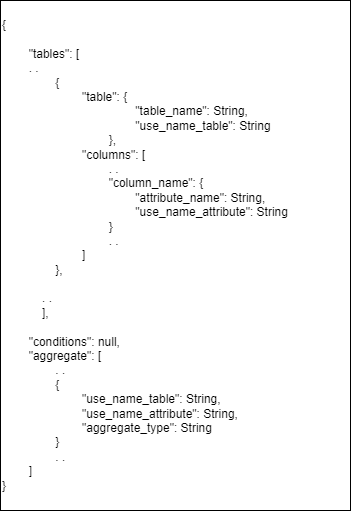
Rift343/COSMOS keeps this draw.io diagram as documentation/SemanticParserFile.drawio.png. Above is the earlier version. Source tidied: cells renumbered, new cells last; positions are measured from the earlier drawing's top-left corner, leaving out a move shared by most shapes.
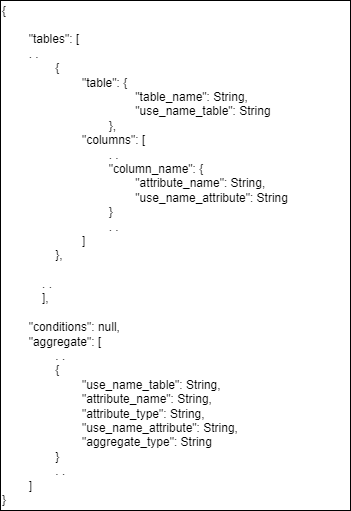
Above is the later version.

The edit, as a diff of the source:
```diff
@@ -2,7 +2,7 @@
   <root>
     <mxCell id="0" />
     <mxCell id="1" parent="0" />
-    <mxCell id="2" value="&lt;div&gt;{&lt;/div&gt;&lt;div&gt;&lt;br&gt;&lt;/div&gt;&lt;div&gt;&lt;span style=&quot;white-space: pre;&quot;&gt;&#9;&lt;/span&gt;&quot;tables&quot;: [&lt;/div&gt;&lt;div&gt;&lt;span style=&quot;white-space: pre;&quot;&gt;&#9;&lt;/span&gt;. .&lt;span style=&quot;&quot;&gt;&lt;/span&gt;&lt;/div&gt;&lt;div&gt;&lt;span style=&quot;&quot;&gt;&lt;span style=&quot;&quot;&gt;&lt;span style=&quot;&quot;&gt;&amp;nbsp;&amp;nbsp;&amp;nbsp;&amp;nbsp;&lt;/span&gt;&lt;span style=&quot;&quot;&gt;&amp;nbsp;&amp;nbsp;&amp;nbsp;&amp;nbsp;&lt;span style=&quot;white-space: pre;&quot;&gt;&#9;&lt;/span&gt;&lt;/span&gt;&lt;/span&gt;{&lt;/span&gt;&lt;/div&gt;&lt;span style=&quot;white-space: pre;&quot;&gt;&#9;&lt;span style=&quot;white-space: pre;&quot;&gt;&#9;&lt;/span&gt;&lt;span style=&quot;white-space: pre;&quot;&gt;&#9;&lt;/span&gt;&lt;/span&gt;&quot;table&quot;:&amp;nbsp;{&lt;div style=&quot;border-color: var(--border-color);&quot;&gt;&lt;span style=&quot;border-color: var(--border-color);&quot;&gt;&lt;span style=&quot;white-space: pre;&quot;&gt;&#9;&lt;span style=&quot;white-space: pre;&quot;&gt;&#9;&lt;/span&gt;&lt;span style=&quot;white-space: pre;&quot;&gt;&#9;&lt;/span&gt;&lt;/span&gt;&lt;span style=&quot;white-space: pre;&quot;&gt;&#9;&lt;/span&gt;&lt;span style=&quot;white-space: pre;&quot;&gt;&#9;&lt;/span&gt;&quot;table_name&quot;: String,&lt;/span&gt;&lt;/div&gt;&lt;div style=&quot;border-color: var(--border-color);&quot;&gt;&lt;span style=&quot;border-color: var(--border-color);&quot;&gt;&lt;span style=&quot;white-space: pre;&quot;&gt;&#9;&lt;span style=&quot;white-space: pre;&quot;&gt;&#9;&lt;/span&gt;&lt;span style=&quot;white-space: pre;&quot;&gt;&#9;&lt;/span&gt;&lt;/span&gt;&lt;span style=&quot;white-space: pre;&quot;&gt;&#9;&lt;span style=&quot;white-space: pre;&quot;&gt;&#9;&lt;/span&gt;&lt;/span&gt;&quot;use_name_table&quot;: String&lt;/span&gt;&lt;/div&gt;&lt;div style=&quot;border-color: var(--border-color);&quot;&gt;&lt;span style=&quot;border-color: var(--border-color);&quot;&gt;&lt;span style=&quot;white-space: pre;&quot;&gt;&#9;&lt;span style=&quot;white-space: pre;&quot;&gt;&#9;&lt;/span&gt;&lt;span style=&quot;white-space: pre;&quot;&gt;&#9;&lt;/span&gt;&lt;/span&gt;&lt;span style=&quot;white-space: pre;&quot;&gt;&#9;&lt;/span&gt;},&lt;/span&gt;&lt;/div&gt;&lt;div&gt;&lt;span style=&quot;&quot;&gt;&lt;span style=&quot;white-space: pre;&quot;&gt;&#9;&lt;span style=&quot;white-space: pre;&quot;&gt;&#9;&lt;/span&gt;&lt;span style=&quot;white-space: pre;&quot;&gt;&#9;&lt;/span&gt;&lt;/span&gt;&quot;columns&quot;: [&lt;/span&gt;&lt;/div&gt;&lt;div&gt;&lt;span style=&quot;&quot;&gt;&lt;span style=&quot;white-space: pre;&quot;&gt;&#9;&lt;span style=&quot;white-space: pre;&quot;&gt;&#9;&lt;/span&gt;&lt;span style=&quot;white-space: pre;&quot;&gt;&#9;&lt;/span&gt;&lt;/span&gt;&lt;span style=&quot;white-space: pre;&quot;&gt;&#9;&lt;/span&gt;. .&lt;/span&gt;&lt;/div&gt;&lt;div&gt;&lt;span style=&quot;&quot;&gt;&lt;span style=&quot;white-space: pre;&quot;&gt;&#9;&lt;span style=&quot;white-space: pre;&quot;&gt;&#9;&lt;/span&gt;&lt;/span&gt;&lt;span style=&quot;white-space: pre;&quot;&gt;&#9;&lt;span style=&quot;white-space: pre;&quot;&gt;&#9;&lt;/span&gt;&lt;/span&gt;&quot;column_name&quot;: {&lt;/span&gt;&lt;/div&gt;&lt;div&gt;&lt;span style=&quot;&quot;&gt;&lt;span style=&quot;&quot;&gt;&lt;span style=&quot;white-space: pre;&quot;&gt;&#9;&lt;span style=&quot;white-space: pre;&quot;&gt;&#9;&lt;/span&gt;&lt;/span&gt;&lt;span style=&quot;white-space: pre;&quot;&gt;&#9;&lt;span style=&quot;white-space: pre;&quot;&gt;&#9;&lt;/span&gt;&lt;/span&gt;&lt;span style=&quot;white-space: pre;&quot;&gt;&#9;&lt;/span&gt;&quot;attribute_name&quot;: String,&lt;/span&gt;&lt;br&gt;&lt;/span&gt;&lt;/div&gt;&lt;div&gt;&lt;span style=&quot;&quot;&gt;&lt;span style=&quot;white-space: pre;&quot;&gt;&#9;&lt;span style=&quot;white-space: pre;&quot;&gt;&#9;&lt;/span&gt;&lt;/span&gt;&lt;span style=&quot;white-space: pre;&quot;&gt;&#9;&lt;span style=&quot;white-space: pre;&quot;&gt;&#9;&lt;/span&gt;&lt;/span&gt;&lt;span style=&quot;white-space: pre;&quot;&gt;&#9;&lt;/span&gt;&quot;use_name_attribute&quot;: String&lt;br&gt;&lt;/span&gt;&lt;/div&gt;&lt;div&gt;&lt;span style=&quot;white-space: pre;&quot;&gt;&#9;&lt;span style=&quot;white-space: pre;&quot;&gt;&#9;&lt;/span&gt;&lt;/span&gt;&lt;span style=&quot;white-space: pre;&quot;&gt;&#9;&lt;span style=&quot;white-space: pre;&quot;&gt;&#9;&lt;/span&gt;&lt;/span&gt;}&lt;/div&gt;&lt;div&gt;&lt;span style=&quot;&quot;&gt;&lt;span style=&quot;white-space: pre;&quot;&gt;&#9;&lt;span style=&quot;white-space: pre;&quot;&gt;&#9;&lt;span style=&quot;white-space: pre;&quot;&gt;&#9;&lt;/span&gt;&lt;/span&gt;&lt;/span&gt;&lt;span style=&quot;white-space: pre;&quot;&gt;&#9;&lt;/span&gt;. .&lt;br&gt;&lt;/span&gt;&lt;/div&gt;&lt;div&gt;&lt;span style=&quot;&quot;&gt;&lt;span style=&quot;white-space: pre;&quot;&gt;&#9;&lt;span style=&quot;white-space: pre;&quot;&gt;&#9;&lt;/span&gt;&lt;span style=&quot;white-space: pre;&quot;&gt;&#9;&lt;/span&gt;&lt;/span&gt;]&lt;br&gt;&lt;/span&gt;&lt;/div&gt;&lt;div&gt;&lt;span style=&quot;&quot;&gt;&lt;span style=&quot;&quot;&gt;&lt;span style=&quot;&quot;&gt;&lt;span style=&quot;white-space: pre;&quot;&gt;&#9;&lt;/span&gt;&amp;nbsp;&amp;nbsp;&amp;nbsp;&amp;nbsp;&lt;/span&gt;&lt;span style=&quot;&quot;&gt;&amp;nbsp;&amp;nbsp;&amp;nbsp;&amp;nbsp;&lt;/span&gt;&lt;/span&gt;},&lt;/span&gt;&lt;/div&gt;&lt;div&gt;&lt;br&gt;&lt;/div&gt;&lt;div&gt;&lt;span style=&quot;&quot;&gt;&lt;span style=&quot;&quot;&gt;&lt;span style=&quot;&quot;&gt;&lt;span style=&quot;white-space: pre;&quot;&gt;&#9;&lt;/span&gt;&amp;nbsp;&amp;nbsp;&amp;nbsp;&amp;nbsp;&lt;/span&gt;&lt;/span&gt;. .&lt;/span&gt;&lt;/div&gt;&lt;div&gt;&lt;span style=&quot;&quot;&gt;&lt;span style=&quot;&quot;&gt;&lt;span style=&quot;&quot;&gt;&lt;span style=&quot;white-space: pre;&quot;&gt;&#9;&lt;/span&gt;&amp;nbsp;&amp;nbsp;&amp;nbsp;&amp;nbsp;&lt;/span&gt;&lt;/span&gt;],&lt;/span&gt;&lt;/div&gt;&lt;div&gt;&lt;br&gt;&lt;/div&gt;&lt;div&gt;&lt;span style=&quot;white-space: pre;&quot;&gt;&#9;&lt;/span&gt;&quot;conditions&quot;: null,&lt;/div&gt;&lt;div&gt;&lt;span style=&quot;white-space: pre;&quot;&gt;&#9;&lt;/span&gt;&quot;aggregate&quot;: [&lt;/div&gt;&lt;div&gt;&lt;span style=&quot;white-space: pre;&quot;&gt;&#9;&lt;span style=&quot;white-space: pre;&quot;&gt;&#9;&lt;/span&gt;&lt;/span&gt;. .&lt;br&gt;&lt;/div&gt;&lt;div&gt;&lt;span style=&quot;white-space: pre;&quot;&gt;&#9;&lt;span style=&quot;white-space: pre;&quot;&gt;&#9;&lt;/span&gt;&lt;/span&gt;{&lt;br&gt;&lt;/div&gt;&lt;div&gt;&lt;span style=&quot;white-space: pre;&quot;&gt;&#9;&lt;span style=&quot;white-space: pre;&quot;&gt;&#9;&lt;/span&gt;&lt;/span&gt;&lt;span style=&quot;white-space: pre;&quot;&gt;&#9;&lt;/span&gt;&quot;use_name_table&quot;: String,&lt;br&gt;&lt;/div&gt;&lt;div&gt;&lt;span style=&quot;white-space: pre;&quot;&gt;&#9;&lt;span style=&quot;white-space: pre;&quot;&gt;&#9;&lt;/span&gt;&lt;/span&gt;&lt;span style=&quot;white-space: pre;&quot;&gt;&#9;&lt;/span&gt;&quot;use_name_attribute&quot;: String,&lt;br&gt;&lt;/div&gt;&lt;div&gt;&lt;span style=&quot;white-space: pre;&quot;&gt;&#9;&lt;span style=&quot;white-space: pre;&quot;&gt;&#9;&lt;/span&gt;&lt;/span&gt;&lt;span style=&quot;white-space: pre;&quot;&gt;&#9;&lt;/span&gt;&quot;aggregate_type&quot;: String&lt;br&gt;&lt;/div&gt;&lt;div&gt;&lt;span style=&quot;white-space: pre;&quot;&gt;&#9;&lt;span style=&quot;white-space: pre;&quot;&gt;&#9;&lt;/span&gt;&lt;/span&gt;}&lt;br&gt;&lt;/div&gt;&lt;div&gt;&lt;span style=&quot;white-space: pre;&quot;&gt;&#9;&lt;span style=&quot;white-space: pre;&quot;&gt;&#9;&lt;/span&gt;&lt;/span&gt;. .&lt;br&gt;&lt;/div&gt;&lt;div&gt;&lt;span style=&quot;white-space: pre;&quot;&gt;&#9;&lt;/span&gt;]&lt;/div&gt;&lt;div&gt;}&lt;/div&gt;" style="whiteSpace=wrap;html=1;align=left;" parent="1" vertex="1">
+    <mxCell id="2" value="&lt;div&gt;{&lt;/div&gt;&lt;div&gt;&lt;br&gt;&lt;/div&gt;&lt;div&gt;&lt;span style=&quot;white-space: pre;&quot;&gt;&#9;&lt;/span&gt;&quot;tables&quot;: [&lt;/div&gt;&lt;div&gt;&lt;span style=&quot;white-space: pre;&quot;&gt;&#9;&lt;/span&gt;. .&lt;span style=&quot;&quot;&gt;&lt;/span&gt;&lt;/div&gt;&lt;div&gt;&lt;span style=&quot;&quot;&gt;&lt;span style=&quot;&quot;&gt;&lt;span style=&quot;&quot;&gt;&amp;nbsp;&amp;nbsp;&amp;nbsp;&amp;nbsp;&lt;/span&gt;&lt;span style=&quot;&quot;&gt;&amp;nbsp;&amp;nbsp;&amp;nbsp;&amp;nbsp;&lt;span style=&quot;white-space: pre;&quot;&gt;&#9;&lt;/span&gt;&lt;/span&gt;&lt;/span&gt;{&lt;/span&gt;&lt;/div&gt;&lt;span style=&quot;white-space: pre;&quot;&gt;&#9;&lt;span style=&quot;white-space: pre;&quot;&gt;&#9;&lt;/span&gt;&lt;span style=&quot;white-space: pre;&quot;&gt;&#9;&lt;/span&gt;&lt;/span&gt;&quot;table&quot;:&amp;nbsp;{&lt;div style=&quot;border-color: var(--border-color);&quot;&gt;&lt;span style=&quot;border-color: var(--border-color);&quot;&gt;&lt;span style=&quot;white-space: pre;&quot;&gt;&#9;&lt;span style=&quot;white-space: pre;&quot;&gt;&#9;&lt;/span&gt;&lt;span style=&quot;white-space: pre;&quot;&gt;&#9;&lt;/span&gt;&lt;/span&gt;&lt;span style=&quot;white-space: pre;&quot;&gt;&#9;&lt;/span&gt;&lt;span style=&quot;white-space: pre;&quot;&gt;&#9;&lt;/span&gt;&quot;table_name&quot;: String,&lt;/span&gt;&lt;/div&gt;&lt;div style=&quot;border-color: var(--border-color);&quot;&gt;&lt;span style=&quot;border-color: var(--border-color);&quot;&gt;&lt;span style=&quot;white-space: pre;&quot;&gt;&#9;&lt;span style=&quot;white-space: pre;&quot;&gt;&#9;&lt;/span&gt;&lt;span style=&quot;white-space: pre;&quot;&gt;&#9;&lt;/span&gt;&lt;/span&gt;&lt;span style=&quot;white-space: pre;&quot;&gt;&#9;&lt;span style=&quot;white-space: pre;&quot;&gt;&#9;&lt;/span&gt;&lt;/span&gt;&quot;use_name_table&quot;: String&lt;/span&gt;&lt;/div&gt;&lt;div style=&quot;border-color: var(--border-color);&quot;&gt;&lt;span style=&quot;border-color: var(--border-color);&quot;&gt;&lt;span style=&quot;white-space: pre;&quot;&gt;&#9;&lt;span style=&quot;white-space: pre;&quot;&gt;&#9;&lt;/span&gt;&lt;span style=&quot;white-space: pre;&quot;&gt;&#9;&lt;/span&gt;&lt;/span&gt;&lt;span style=&quot;white-space: pre;&quot;&gt;&#9;&lt;/span&gt;},&lt;/span&gt;&lt;/div&gt;&lt;div&gt;&lt;span style=&quot;&quot;&gt;&lt;span style=&quot;white-space: pre;&quot;&gt;&#9;&lt;span style=&quot;white-space: pre;&quot;&gt;&#9;&lt;/span&gt;&lt;span style=&quot;white-space: pre;&quot;&gt;&#9;&lt;/span&gt;&lt;/span&gt;&quot;columns&quot;: [&lt;/span&gt;&lt;/div&gt;&lt;div&gt;&lt;span style=&quot;&quot;&gt;&lt;span style=&quot;white-space: pre;&quot;&gt;&#9;&lt;span style=&quot;white-space: pre;&quot;&gt;&#9;&lt;/span&gt;&lt;span style=&quot;white-space: pre;&quot;&gt;&#9;&lt;/span&gt;&lt;/span&gt;&lt;span style=&quot;white-space: pre;&quot;&gt;&#9;&lt;/span&gt;. .&lt;/span&gt;&lt;/div&gt;&lt;div&gt;&lt;span style=&quot;&quot;&gt;&lt;span style=&quot;white-space: pre;&quot;&gt;&#9;&lt;span style=&quot;white-space: pre;&quot;&gt;&#9;&lt;/span&gt;&lt;/span&gt;&lt;span style=&quot;white-space: pre;&quot;&gt;&#9;&lt;span style=&quot;white-space: pre;&quot;&gt;&#9;&lt;/span&gt;&lt;/span&gt;&quot;column_name&quot;: {&lt;/span&gt;&lt;/div&gt;&lt;div&gt;&lt;span style=&quot;&quot;&gt;&lt;span style=&quot;&quot;&gt;&lt;span style=&quot;white-space: pre;&quot;&gt;&#9;&lt;span style=&quot;white-space: pre;&quot;&gt;&#9;&lt;/span&gt;&lt;/span&gt;&lt;span style=&quot;white-space: pre;&quot;&gt;&#9;&lt;span style=&quot;white-space: pre;&quot;&gt;&#9;&lt;/span&gt;&lt;/span&gt;&lt;span style=&quot;white-space: pre;&quot;&gt;&#9;&lt;/span&gt;&quot;attribute_name&quot;: String,&lt;/span&gt;&lt;br&gt;&lt;/span&gt;&lt;/div&gt;&lt;div&gt;&lt;span style=&quot;&quot;&gt;&lt;span style=&quot;white-space: pre;&quot;&gt;&#9;&lt;span style=&quot;white-space: pre;&quot;&gt;&#9;&lt;/span&gt;&lt;/span&gt;&lt;span style=&quot;white-space: pre;&quot;&gt;&#9;&lt;span style=&quot;white-space: pre;&quot;&gt;&#9;&lt;/span&gt;&lt;/span&gt;&lt;span style=&quot;white-space: pre;&quot;&gt;&#9;&lt;/span&gt;&quot;use_name_attribute&quot;: String&lt;br&gt;&lt;/span&gt;&lt;/div&gt;&lt;div&gt;&lt;span style=&quot;white-space: pre;&quot;&gt;&#9;&lt;span style=&quot;white-space: pre;&quot;&gt;&#9;&lt;/span&gt;&lt;/span&gt;&lt;span style=&quot;white-space: pre;&quot;&gt;&#9;&lt;span style=&quot;white-space: pre;&quot;&gt;&#9;&lt;/span&gt;&lt;/span&gt;}&lt;/div&gt;&lt;div&gt;&lt;span style=&quot;&quot;&gt;&lt;span style=&quot;white-space: pre;&quot;&gt;&#9;&lt;span style=&quot;white-space: pre;&quot;&gt;&#9;&lt;span style=&quot;white-space: pre;&quot;&gt;&#9;&lt;/span&gt;&lt;/span&gt;&lt;/span&gt;&lt;span style=&quot;white-space: pre;&quot;&gt;&#9;&lt;/span&gt;. .&lt;br&gt;&lt;/span&gt;&lt;/div&gt;&lt;div&gt;&lt;span style=&quot;&quot;&gt;&lt;span style=&quot;white-space: pre;&quot;&gt;&#9;&lt;span style=&quot;white-space: pre;&quot;&gt;&#9;&lt;/span&gt;&lt;span style=&quot;white-space: pre;&quot;&gt;&#9;&lt;/span&gt;&lt;/span&gt;]&lt;br&gt;&lt;/span&gt;&lt;/div&gt;&lt;div&gt;&lt;span style=&quot;&quot;&gt;&lt;span style=&quot;&quot;&gt;&lt;span style=&quot;&quot;&gt;&lt;span style=&quot;white-space: pre;&quot;&gt;&#9;&lt;/span&gt;&amp;nbsp;&amp;nbsp;&amp;nbsp;&amp;nbsp;&lt;/span&gt;&lt;span style=&quot;&quot;&gt;&amp;nbsp;&amp;nbsp;&amp;nbsp;&amp;nbsp;&lt;/span&gt;&lt;/span&gt;},&lt;/span&gt;&lt;/div&gt;&lt;div&gt;&lt;br&gt;&lt;/div&gt;&lt;div&gt;&lt;span style=&quot;&quot;&gt;&lt;span style=&quot;&quot;&gt;&lt;span style=&quot;&quot;&gt;&lt;span style=&quot;white-space: pre;&quot;&gt;&#9;&lt;/span&gt;&amp;nbsp;&amp;nbsp;&amp;nbsp;&amp;nbsp;&lt;/span&gt;&lt;/span&gt;. .&lt;/span&gt;&lt;/div&gt;&lt;div&gt;&lt;span style=&quot;&quot;&gt;&lt;span style=&quot;&quot;&gt;&lt;span style=&quot;&quot;&gt;&lt;span style=&quot;white-space: pre;&quot;&gt;&#9;&lt;/span&gt;&amp;nbsp;&amp;nbsp;&amp;nbsp;&amp;nbsp;&lt;/span&gt;&lt;/span&gt;],&lt;/span&gt;&lt;/div&gt;&lt;div&gt;&lt;br&gt;&lt;/div&gt;&lt;div&gt;&lt;span style=&quot;white-space: pre;&quot;&gt;&#9;&lt;/span&gt;&quot;conditions&quot;: null,&lt;/div&gt;&lt;div&gt;&lt;span style=&quot;white-space: pre;&quot;&gt;&#9;&lt;/span&gt;&quot;aggregate&quot;: [&lt;/div&gt;&lt;div&gt;&lt;span style=&quot;white-space: pre;&quot;&gt;&#9;&lt;span style=&quot;white-space: pre;&quot;&gt;&#9;&lt;/span&gt;&lt;/span&gt;. .&lt;br&gt;&lt;/div&gt;&lt;div&gt;&lt;span style=&quot;white-space: pre;&quot;&gt;&#9;&lt;span style=&quot;white-space: pre;&quot;&gt;&#9;&lt;/span&gt;&lt;/span&gt;{&lt;br&gt;&lt;/div&gt;&lt;div&gt;&lt;span style=&quot;white-space: pre;&quot;&gt;&#9;&lt;span style=&quot;white-space: pre;&quot;&gt;&#9;&lt;/span&gt;&lt;/span&gt;&lt;span style=&quot;white-space: pre;&quot;&gt;&#9;&lt;/span&gt;&quot;use_name_table&quot;: String,&lt;br&gt;&lt;/div&gt;&lt;div&gt;&lt;span style=&quot;white-space: pre;&quot;&gt;&#9;&lt;/span&gt;&lt;span style=&quot;white-space: pre;&quot;&gt;&#9;&lt;/span&gt;&lt;span style=&quot;white-space: pre;&quot;&gt;&#9;&lt;/span&gt;&quot;attribute_name&quot;: String,&lt;/div&gt;&lt;div&gt;&lt;span style=&quot;white-space: pre;&quot;&gt;&#9;&lt;/span&gt;&lt;span style=&quot;white-space: pre;&quot;&gt;&#9;&lt;/span&gt;&lt;span style=&quot;white-space: pre;&quot;&gt;&#9;&lt;/span&gt;&quot;attribute_type&quot;: String,&lt;br&gt;&lt;/div&gt;&lt;div&gt;&lt;span style=&quot;white-space: pre;&quot;&gt;&#9;&lt;span style=&quot;white-space: pre;&quot;&gt;&#9;&lt;/span&gt;&lt;/span&gt;&lt;span style=&quot;white-space: pre;&quot;&gt;&#9;&lt;/span&gt;&quot;use_name_attribute&quot;: String,&lt;br&gt;&lt;/div&gt;&lt;div&gt;&lt;span style=&quot;white-space: pre;&quot;&gt;&#9;&lt;span style=&quot;white-space: pre;&quot;&gt;&#9;&lt;/span&gt;&lt;/span&gt;&lt;span style=&quot;white-space: pre;&quot;&gt;&#9;&lt;/span&gt;&quot;aggregate_type&quot;: String&lt;br&gt;&lt;/div&gt;&lt;div&gt;&lt;span style=&quot;white-space: pre;&quot;&gt;&#9;&lt;span style=&quot;white-space: pre;&quot;&gt;&#9;&lt;/span&gt;&lt;/span&gt;}&lt;br&gt;&lt;/div&gt;&lt;div&gt;&lt;span style=&quot;white-space: pre;&quot;&gt;&#9;&lt;span style=&quot;white-space: pre;&quot;&gt;&#9;&lt;/span&gt;&lt;/span&gt;. .&lt;br&gt;&lt;/div&gt;&lt;div&gt;&lt;span style=&quot;white-space: pre;&quot;&gt;&#9;&lt;/span&gt;]&lt;/div&gt;&lt;div&gt;}&lt;/div&gt;" style="whiteSpace=wrap;html=1;align=left;" parent="1" vertex="1">
       <mxGeometry width="350" height="510" as="geometry" />
     </mxCell>
   </root>
```
